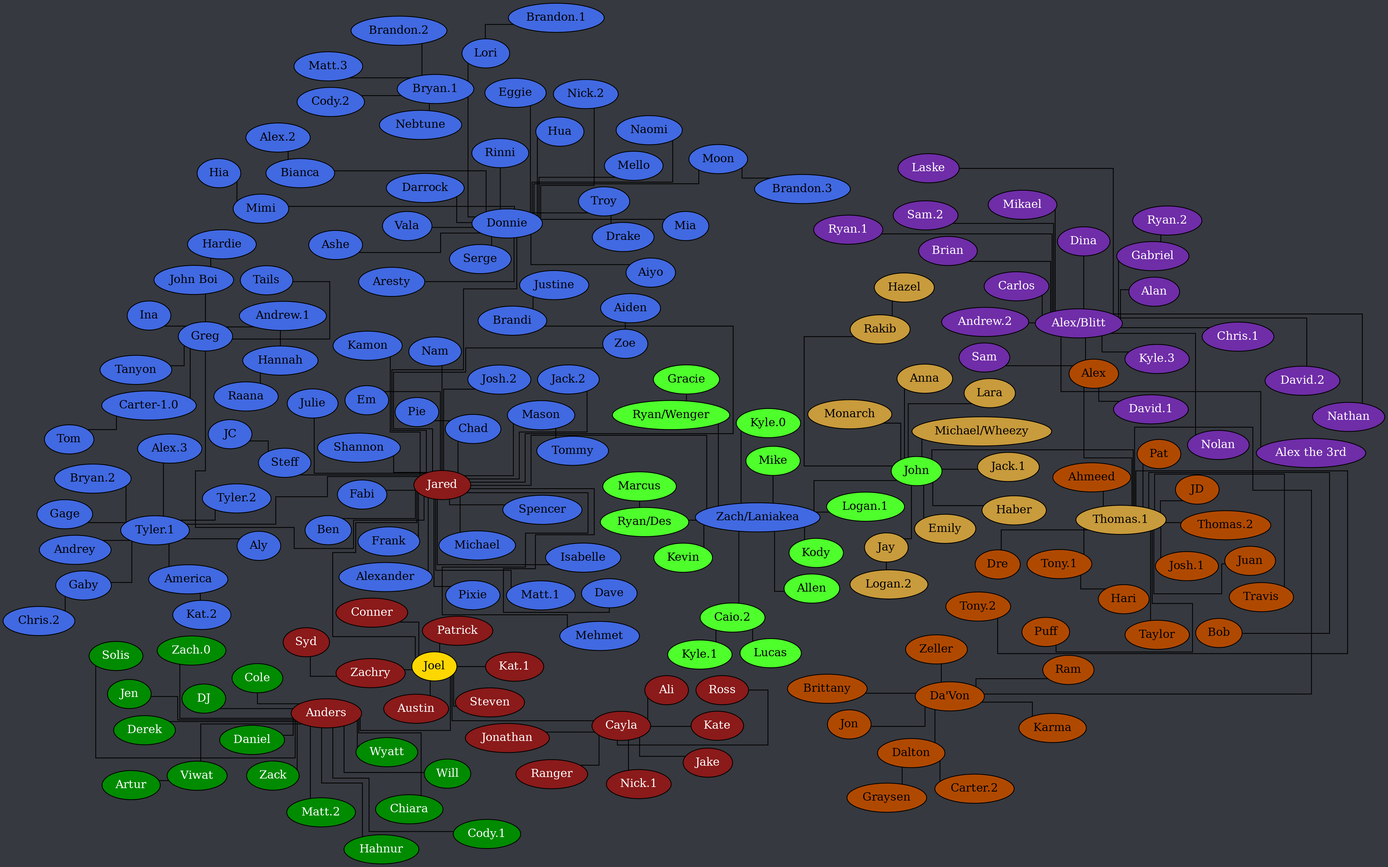
This is tree.png from Documidas/CoronaCatzFamilyTree, a Graphviz export, as it was before one commit. Its source is kept beside it as tree.dot.
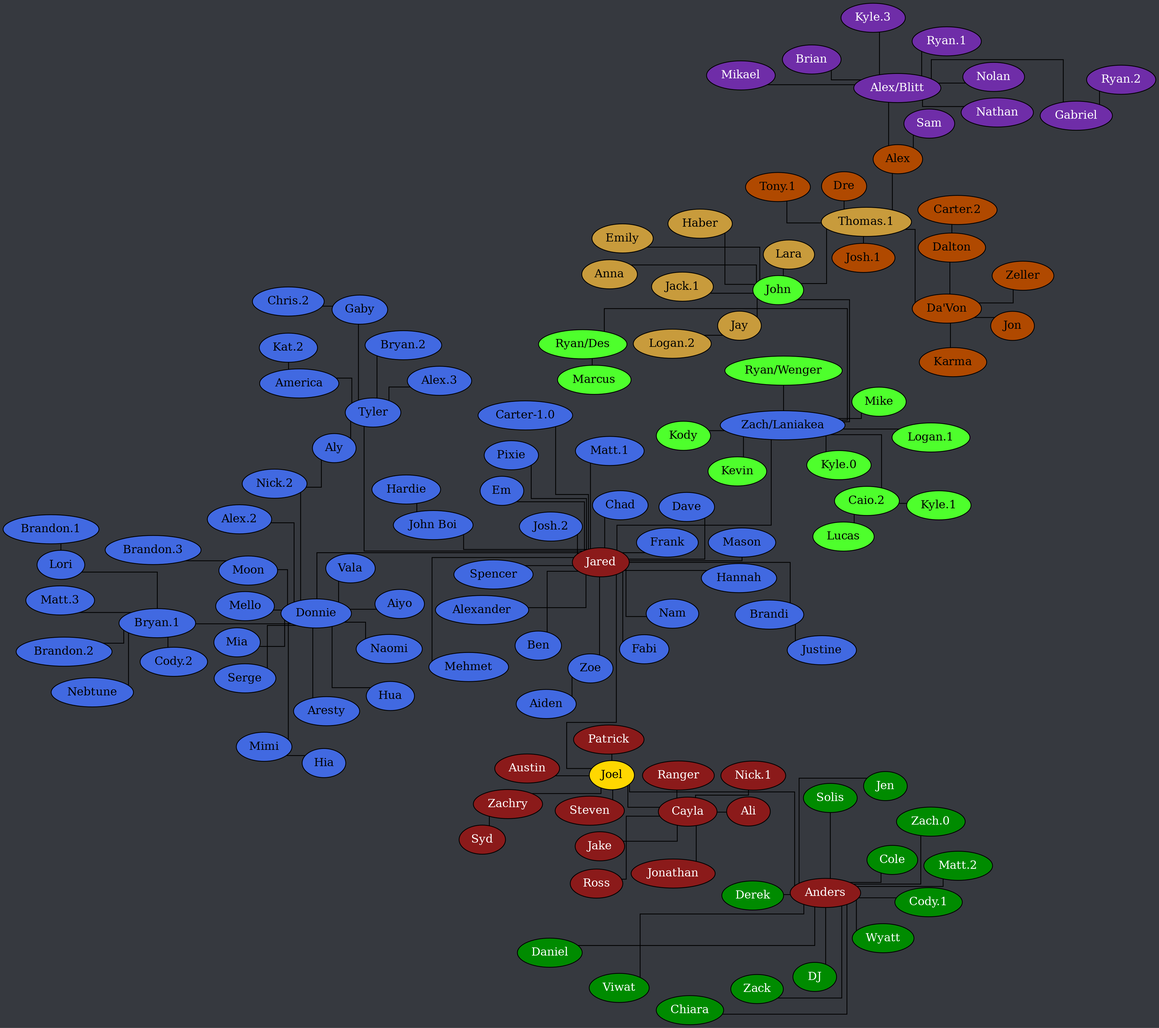
The same diagram one commit later.

Commit message:
Prune tree

The edit, as a diff of the source:
```diff
@@ -18,16 +18,13 @@
 		Cayla -- Ali;
 		Cayla -- Jake;
 		Cayla -- Jonathan;
-		Cayla -- Kate;
 		Cayla -- "Nick.1";
 		Cayla -- Ranger;
 		Cayla -- Ross;
 		Joel -- Anders;
 		Joel -- Austin;
 		Joel -- Cayla;
-		Joel -- Conner;
 		Joel -- Jared;
-		Joel -- "Kat.1";
 		Joel -- Patrick;
 		Joel -- Steven;
 		Joel -- Zachry;
@@ -43,39 +40,30 @@
 		Anders -- Daniel;
 		Anders -- Derek;
 		Anders -- DJ;
-		Anders -- Hahnur;
 		Anders -- Jen;
 		Anders -- "Matt.2";
 		Anders -- Solis;
-		Anders -- Will;
 		Anders -- Wyatt;
 		Anders -- Viwat;
 		Anders -- "Zach.0";
 		Anders -- Zack;
-		Viwat -- Artur;
 	}
 
 	subgraph "Jared" {
 		node [ style=filled fillcolor="royalblue" fontcolor="black" ];
 
-		"Andrew.1" -- Hannah;
+		Aly -- "Nick.2";
 		America -- "Kat.2";
-		Bianca -- "Alex.2";
 		Brandi -- Justine;
 		"Bryan.1" -- "Brandon.2";
 		"Bryan.1" -- "Cody.2";
 		"Bryan.1" -- Lori;
 		"Bryan.1" -- "Matt.3";
 		"Bryan.1" -- Nebtune;
-		"Carter-1.0" -- Tom;
-		Chad -- Pie;
 		Donnie -- Aiyo;
+		Donnie -- "Alex.2";
 		Donnie -- Aresty;
-		Donnie -- Ashe;
-		Donnie -- Bianca;
 		Donnie -- "Bryan.1";
-		Donnie -- Darrock;
-		Donnie -- Eggie;
 		Donnie -- Hua;
 		Donnie -- Mello;
 		Donnie -- Mia;
@@ -83,60 +71,40 @@
 		Donnie -- Moon;
 		Donnie -- "Nick.2";
 		Donnie -- Naomi;
-		Donnie -- Rinni;
 		Donnie -- Serge;
-		Donnie -- Troy;
 		Donnie -- Vala;
 		Gaby -- "Chris.2";
-		Greg -- "Andrew.1";
-		Greg -- "Carter-1.0";
-		Greg -- Ina;
-		Greg -- "John Boi";
-		Greg -- Tails;
-		Greg -- Tanyon;
-		Hannah -- Raana;
 		Lori -- "Brandon.1";
 		Jared -- Alexander;
 		Jared -- Ben;
 		Jared -- Brandi;
+		Jared -- "Carter-1.0";
 		Jared -- Chad;
 		Jared -- Dave;
 		Jared -- Donnie;
 		Jared -- Em;
 		Jared -- Fabi;
 		Jared -- Frank;
-		Jared -- Greg;
-		Jared -- Isabelle;
-		Jared -- "Jack.2";
+		Jared -- Hannah;
+		Jared -- "John Boi";
 		Jared -- "Josh.2";
-		Jared -- Julie;
-		Jared -- Kamon;
 		Jared -- Mason;
 		Jared -- "Matt.1";
 		Jared -- Mehmet;
-		Jared -- Michael;
 		Jared -- Nam;
 		Jared -- Pixie;
-		Jared -- Shannon;
 		Jared -- Spencer;
-		Jared -- Steff;
-		Jared -- "Tyler.1";
+		Jared -- Tyler;
 		Jared -- "Zach/Laniakea";
 		Jared -- Zoe;
 		"John Boi" -- Hardie;
-		Mason -- Tommy;
 		Mimi -- Hia;
 		Moon -- "Brandon.3";
-		Steff -- JC;
-		Troy -- Drake;
-		"Tyler.1" -- Aly;
-		"Tyler.1" -- "Alex.3";
-		"Tyler.1" -- America;
-		"Tyler.1" -- Andrey;
-		"Tyler.1" -- "Bryan.2";
-		"Tyler.1" -- Gaby;
-		"Tyler.1" -- Gage;
-		"Tyler.1" -- "Tyler.2";
+		Tyler -- Aly;
+		Tyler -- "Alex.3";
+		Tyler -- America;
+		Tyler -- "Bryan.2";
+		Tyler -- Gaby;
 		Zoe -- Aiden;
 	}
 
@@ -146,8 +114,6 @@
 		"Caio.2" -- "Kyle.1";
 		"Caio.2" -- Lucas;
 		"Ryan/Des" -- Marcus;
-		"Ryan/Wenger" -- Gracie;
-		"Zach/Laniakea" -- Allen;
 		"Zach/Laniakea" -- "Caio.2";
 		"Zach/Laniakea" -- John;
 		"Zach/Laniakea" -- "Logan.1";
@@ -169,69 +135,36 @@
 		John -- Jay;
 		John -- "Jack.1";
 		John -- Lara;
-		John -- Monarch;
-		John -- Rakib;
 		John -- "Thomas.1";
-		Rakib -- Hazel;
-	}
-
-	subgraph "John-stream" {
-		node [ style=filled fillcolor="#c89b3c" fontcolor="black" ];
-
-		John -- "Michael/Wheezy";
 	}
 
 	subgraph "Thomas.1" {
 		node [ style=filled fillcolor="#b04900" fontcolor="black" ];
 
-		"Da'Von" -- Brittany;
 		"Da'Von" -- Dalton;
 		"Da'Von" -- Jon;
 		"Da'Von" -- Karma;
-		"Da'Von" -- Ram;
 		"Da'Von" -- Zeller;
 		Dalton -- "Carter.2";
-		Dalton -- Graysen;
-		"Thomas.1" -- Ahmeed;
 		"Thomas.1" -- Alex;
-		"Thomas.1" -- Bob;
 		"Thomas.1" -- "Da'Von";
 		"Thomas.1" -- Dre;
-		"Thomas.1" -- JD;
 		"Thomas.1" -- "Josh.1";
-		"Thomas.1" -- Juan;
-		"Thomas.1" -- Pat;
-		"Thomas.1" -- Puff;
-		"Thomas.1" -- Taylor;
-		"Thomas.1" -- "Thomas.2";
 		"Thomas.1" -- "Tony.1";
-		"Thomas.1" -- "Tony.2";
-		"Thomas.1" -- Travis;
-		"Tony.1" -- Hari;
 	}
 
 	subgraph "Alex" {
 		node [ style=filled fillcolor="#6f2da8" fontcolor="white" ];
 
 		Alex -- "Alex/Blitt";
-		Alex -- "David.1";
 		Alex -- Sam;
-		"Alex/Blitt" -- Alan;
-		"Alex/Blitt" -- "Alex the 3rd";
-		"Alex/Blitt" -- "Andrew.2";
 		"Alex/Blitt" -- Brian;
-		"Alex/Blitt" -- Carlos;
-		"Alex/Blitt" -- "Chris.1";
-		"Alex/Blitt" -- "David.2";
-		"Alex/Blitt" -- Dina;
 		"Alex/Blitt" -- Gabriel;
 		"Alex/Blitt" -- "Kyle.3";
-		"Alex/Blitt" -- Laske;
 		"Alex/Blitt" -- Mikael;
 		"Alex/Blitt" -- Nathan;
 		"Alex/Blitt" -- Nolan;
 		"Alex/Blitt" -- "Ryan.1";
-		"Alex/Blitt" -- "Sam.2";
 		Gabriel -- "Ryan.2";
 	}
 }
```
